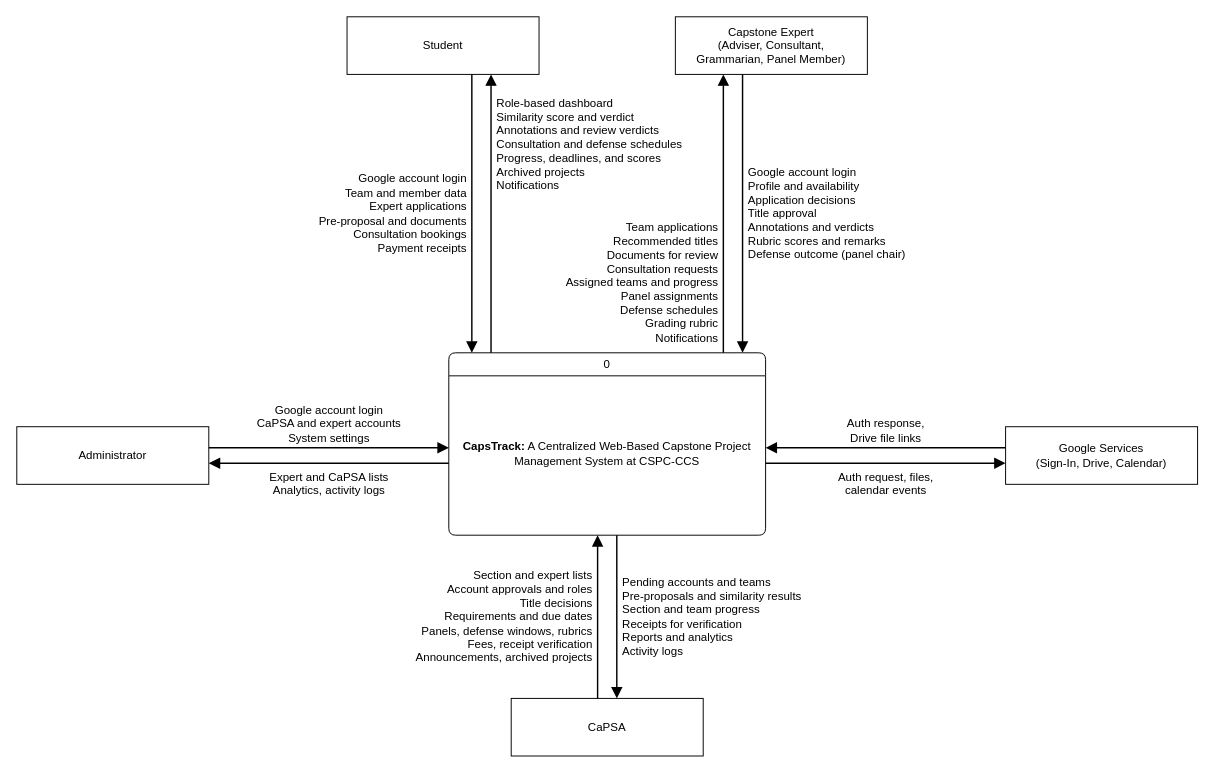
M21thony/capstrack keeps this draw.io diagram as page "Context Diagram" (1 of 16) of docs/diagrams/capstrack-diagrams-all.drawio. Above is the earlier version. Source tidied: cells renumbered, new cells numbered last; positions are measured from the earlier drawing's top-left corner, leaving out a move shared by most shapes. Both pictures are drawn from the tidied source at 96%, with x=0, y=0 at pixel (16, 16).
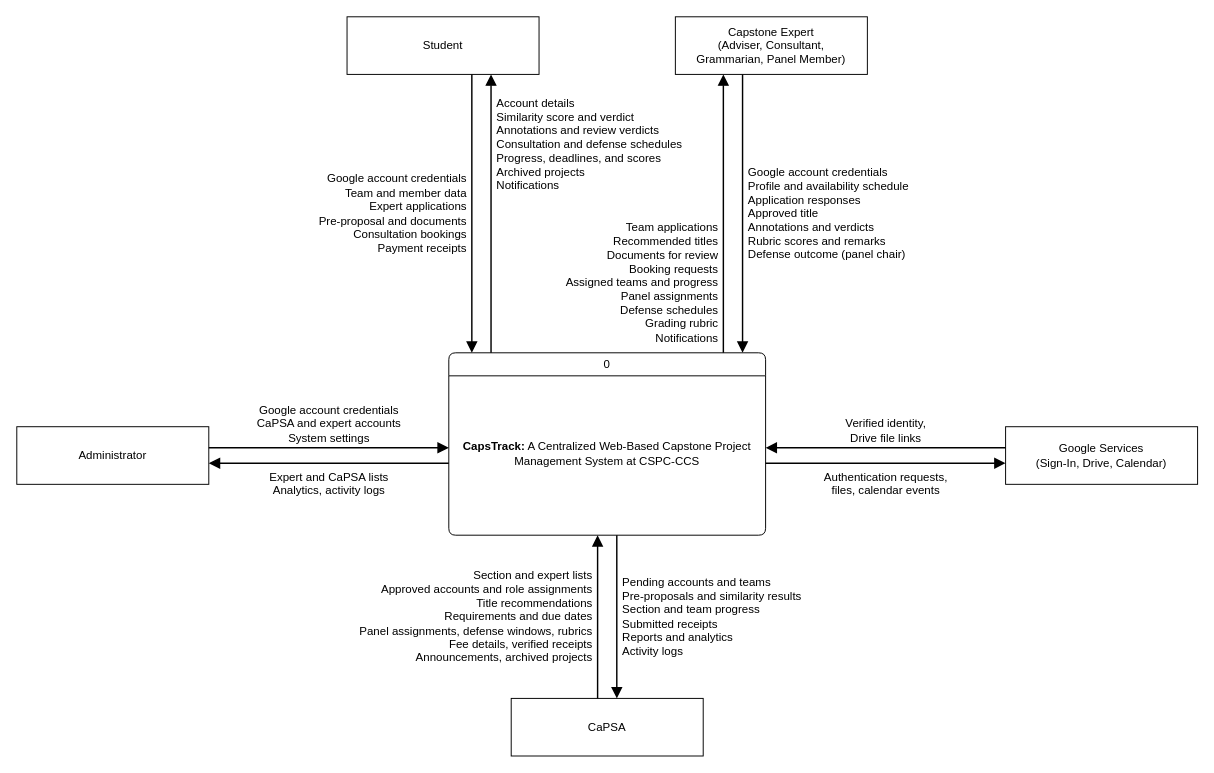
The same page after the edit.

The change refers to these unchanged cells:
```xml
<mxCell id="2" value="0" style="swimlane;shape=swimlane;rounded=1;arcSize=10;startSize=24;html=1;whiteSpace=wrap;fillColor=#ffffff;swimlaneFillColor=#ffffff;fontStyle=0;fontSize=12;strokeColor=#000000;fontFamily=Helvetica;fontColor=#000000;" parent="1" vertex="1">
  <mxGeometry x="450" y="350" width="330" height="190" as="geometry" />
</mxCell>
<mxCell id="4" value="Student" style="rounded=0;whiteSpace=wrap;html=1;fillColor=#ffffff;fontSize=12;strokeColor=#000000;fontFamily=Helvetica;fontColor=#000000;" parent="1" vertex="1">
  <mxGeometry x="344" width="200" height="60" as="geometry" />
</mxCell>
<mxCell id="7" value="Capstone Expert&lt;br&gt;(Adviser, Consultant,&lt;br&gt;Grammarian, Panel Member)" style="rounded=0;whiteSpace=wrap;html=1;fillColor=#ffffff;fontSize=12;strokeColor=#000000;fontFamily=Helvetica;fontColor=#000000;" parent="1" vertex="1">
  <mxGeometry x="686" width="200" height="60" as="geometry" />
</mxCell>
<mxCell id="10" value="CaPSA" style="rounded=0;whiteSpace=wrap;html=1;fillColor=#ffffff;fontSize=12;strokeColor=#000000;fontFamily=Helvetica;fontColor=#000000;" parent="1" vertex="1">
  <mxGeometry x="515" y="710" width="200" height="60" as="geometry" />
</mxCell>
<mxCell id="13" value="Google Services&lt;br&gt;(Sign-In, Drive, Calendar)" style="rounded=0;whiteSpace=wrap;html=1;fillColor=#ffffff;fontSize=12;strokeColor=#000000;fontFamily=Helvetica;fontColor=#000000;" parent="1" vertex="1">
  <mxGeometry x="1030" y="427" width="200" height="60" as="geometry" />
</mxCell>
<mxCell id="16" value="Administrator" style="rounded=0;whiteSpace=wrap;html=1;fillColor=#ffffff;fontSize=12;strokeColor=#000000;fontFamily=Helvetica;fontColor=#000000;" parent="1" vertex="1">
  <mxGeometry y="427" width="200" height="60" as="geometry" />
</mxCell>
```

What changed in the source:
```diff
@@
-    <mxCell id="5" value="Google account login&lt;br&gt;Team and member data&lt;br&gt;Expert applications&lt;br&gt;Pre-proposal and documents&lt;br&gt;Consultation bookings&lt;br&gt;Payment receipts" style="edgeStyle=orthogonalEdgeStyle;rounded=0;html=1;endArrow=block;endFill=1;endSize=8;strokeWidth=1.5;startArrow=none;strokeColor=#000000;fontFamily=Helvetica;fontColor=#000000;fontSize=12;labelBackgroundColor=#ffffff;align=right;exitX=0.65;exitY=1;exitDx=0;exitDy=0;entryX=0.0727273;entryY=0;entryDx=0;entryDy=0;" parent="1" edge="1" source="4" target="2">
+    <mxCell id="5" value="Google account credentials&lt;br&gt;Team and member data&lt;br&gt;Expert applications&lt;br&gt;Pre-proposal and documents&lt;br&gt;Consultation bookings&lt;br&gt;Payment receipts" style="edgeStyle=orthogonalEdgeStyle;rounded=0;html=1;endArrow=block;endFill=1;endSize=8;strokeWidth=1.5;startArrow=none;strokeColor=#000000;fontFamily=Helvetica;fontColor=#000000;fontSize=12;labelBackgroundColor=#ffffff;align=right;exitX=0.65;exitY=1;exitDx=0;exitDy=0;entryX=0.0727273;entryY=0;entryDx=0;entryDy=0;" parent="1" edge="1" source="4" target="2">
       <mxGeometry relative="1" as="geometry">
         <mxPoint x="-4" as="offset" />
       </mxGeometry>
     </mxCell>
-    <mxCell id="6" value="Role-based dashboard&lt;br&gt;Similarity score and verdict&lt;br&gt;Annotations and review verdicts&lt;br&gt;Consultation and defense schedules&lt;br&gt;Progress, deadlines, and scores&lt;br&gt;Archived projects&lt;br&gt;Notifications" style="edgeStyle=orthogonalEdgeStyle;rounded=0;html=1;endArrow=block;endFill=1;endSize=8;strokeWidth=1.5;startArrow=none;strokeColor=#000000;fontFamily=Helvetica;fontColor=#000000;fontSize=12;labelBackgroundColor=#ffffff;align=left;exitX=0.133333;exitY=0;exitDx=0;exitDy=0;entryX=0.75;entryY=1;entryDx=0;entryDy=0;" parent="1" edge="1" source="2" target="4">
+    <mxCell id="6" value="Account details&lt;br&gt;Similarity score and verdict&lt;br&gt;Annotations and review verdicts&lt;br&gt;Consultation and defense schedules&lt;br&gt;Progress, deadlines, and scores&lt;br&gt;Archived projects&lt;br&gt;Notifications" style="edgeStyle=orthogonalEdgeStyle;rounded=0;html=1;endArrow=block;endFill=1;endSize=8;strokeWidth=1.5;startArrow=none;strokeColor=#000000;fontFamily=Helvetica;fontColor=#000000;fontSize=12;labelBackgroundColor=#ffffff;align=left;exitX=0.133333;exitY=0;exitDx=0;exitDy=0;entryX=0.75;entryY=1;entryDx=0;entryDy=0;" parent="1" edge="1" source="2" target="4">
       <mxGeometry relative="1" as="geometry">
         <mxPoint x="4" y="-72" as="offset" />
       </mxGeometry>
     </mxCell>
@@
-    <mxCell id="8" value="Google account login&lt;br&gt;Profile and availability&lt;br&gt;Application decisions&lt;br&gt;Title approval&lt;br&gt;Annotations and verdicts&lt;br&gt;Rubric scores and remarks&lt;br&gt;Defense outcome (panel chair)" style="edgeStyle=orthogonalEdgeStyle;rounded=0;html=1;endArrow=block;endFill=1;endSize=8;strokeWidth=1.5;startArrow=none;strokeColor=#000000;fontFamily=Helvetica;fontColor=#000000;fontSize=12;labelBackgroundColor=#ffffff;align=left;exitX=0.35;exitY=1;exitDx=0;exitDy=0;entryX=0.927273;entryY=0;entryDx=0;entryDy=0;" parent="1" edge="1" source="7" target="2">
+    <mxCell id="8" value="Google account credentials&lt;br&gt;Profile and availability schedule&lt;br&gt;Application responses&lt;br&gt;Approved title&lt;br&gt;Annotations and verdicts&lt;br&gt;Rubric scores and remarks&lt;br&gt;Defense outcome (panel chair)" style="edgeStyle=orthogonalEdgeStyle;rounded=0;html=1;endArrow=block;endFill=1;endSize=8;strokeWidth=1.5;startArrow=none;strokeColor=#000000;fontFamily=Helvetica;fontColor=#000000;fontSize=12;labelBackgroundColor=#ffffff;align=left;exitX=0.35;exitY=1;exitDx=0;exitDy=0;entryX=0.927273;entryY=0;entryDx=0;entryDy=0;" parent="1" edge="1" source="7" target="2">
       <mxGeometry relative="1" as="geometry">
         <mxPoint x="4" as="offset" />
       </mxGeometry>
     </mxCell>
-    <mxCell id="9" value="Team applications&lt;br&gt;Recommended titles&lt;br&gt;Documents for review&lt;br&gt;Consultation requests&lt;br&gt;Assigned teams and progress&lt;br&gt;Panel assignments&lt;br&gt;Defense schedules&lt;br&gt;Grading rubric&lt;br&gt;Notifications" style="edgeStyle=orthogonalEdgeStyle;rounded=0;html=1;endArrow=block;endFill=1;endSize=8;strokeWidth=1.5;startArrow=none;strokeColor=#000000;fontFamily=Helvetica;fontColor=#000000;fontSize=12;labelBackgroundColor=#ffffff;align=right;exitX=0.866667;exitY=0;exitDx=0;exitDy=0;entryX=0.25;entryY=1;entryDx=0;entryDy=0;" parent="1" edge="1" source="2" target="7">
+    <mxCell id="9" value="Team applications&lt;br&gt;Recommended titles&lt;br&gt;Documents for review&lt;br&gt;Booking requests&lt;br&gt;Assigned teams and progress&lt;br&gt;Panel assignments&lt;br&gt;Defense schedules&lt;br&gt;Grading rubric&lt;br&gt;Notifications" style="edgeStyle=orthogonalEdgeStyle;rounded=0;html=1;endArrow=block;endFill=1;endSize=8;strokeWidth=1.5;startArrow=none;strokeColor=#000000;fontFamily=Helvetica;fontColor=#000000;fontSize=12;labelBackgroundColor=#ffffff;align=right;exitX=0.866667;exitY=0;exitDx=0;exitDy=0;entryX=0.25;entryY=1;entryDx=0;entryDy=0;" parent="1" edge="1" source="2" target="7">
       <mxGeometry relative="1" as="geometry">
         <mxPoint x="-4" y="72" as="offset" />
       </mxGeometry>
     </mxCell>
@@
-    <mxCell id="11" value="Section and expert lists&lt;br&gt;Account approvals and roles&lt;br&gt;Title decisions&lt;br&gt;Requirements and due dates&lt;br&gt;Panels, defense windows, rubrics&lt;br&gt;Fees, receipt verification&lt;br&gt;Announcements, archived projects" style="edgeStyle=orthogonalEdgeStyle;rounded=0;html=1;endArrow=block;endFill=1;endSize=8;strokeWidth=1.5;startArrow=none;strokeColor=#000000;fontFamily=Helvetica;fontColor=#000000;fontSize=12;labelBackgroundColor=#ffffff;align=right;exitX=0.45;exitY=0;exitDx=0;exitDy=0;entryX=0.469697;entryY=1;entryDx=0;entryDy=0;" parent="1" edge="1" source="10" target="2">
+    <mxCell id="11" value="Section and expert lists&lt;br&gt;Approved accounts and role assignments&lt;br&gt;Title recommendations&lt;br&gt;Requirements and due dates&lt;br&gt;Panel assignments, defense windows, rubrics&lt;br&gt;Fee details, verified receipts&lt;br&gt;Announcements, archived projects" style="edgeStyle=orthogonalEdgeStyle;rounded=0;html=1;endArrow=block;endFill=1;endSize=8;strokeWidth=1.5;startArrow=none;strokeColor=#000000;fontFamily=Helvetica;fontColor=#000000;fontSize=12;labelBackgroundColor=#ffffff;align=right;exitX=0.45;exitY=0;exitDx=0;exitDy=0;entryX=0.469697;entryY=1;entryDx=0;entryDy=0;" parent="1" edge="1" source="10" target="2">
       <mxGeometry relative="1" as="geometry">
         <mxPoint x="-4" as="offset" />
       </mxGeometry>
     </mxCell>
-    <mxCell id="12" value="Pending accounts and teams&lt;br&gt;Pre-proposals and similarity results&lt;br&gt;Section and team progress&lt;br&gt;Receipts for verification&lt;br&gt;Reports and analytics&lt;br&gt;Activity logs" style="edgeStyle=orthogonalEdgeStyle;rounded=0;html=1;endArrow=block;endFill=1;endSize=8;strokeWidth=1.5;startArrow=none;strokeColor=#000000;fontFamily=Helvetica;fontColor=#000000;fontSize=12;labelBackgroundColor=#ffffff;align=left;exitX=0.530303;exitY=1;exitDx=0;exitDy=0;entryX=0.55;entryY=0;entryDx=0;entryDy=0;" parent="1" edge="1" source="2" target="10">
+    <mxCell id="12" value="Pending accounts and teams&lt;br&gt;Pre-proposals and similarity results&lt;br&gt;Section and team progress&lt;br&gt;Submitted receipts&lt;br&gt;Reports and analytics&lt;br&gt;Activity logs" style="edgeStyle=orthogonalEdgeStyle;rounded=0;html=1;endArrow=block;endFill=1;endSize=8;strokeWidth=1.5;startArrow=none;strokeColor=#000000;fontFamily=Helvetica;fontColor=#000000;fontSize=12;labelBackgroundColor=#ffffff;align=left;exitX=0.530303;exitY=1;exitDx=0;exitDy=0;entryX=0.55;entryY=0;entryDx=0;entryDy=0;" parent="1" edge="1" source="2" target="10">
       <mxGeometry relative="1" as="geometry">
         <mxPoint x="4" as="offset" />
       </mxGeometry>
     </mxCell>
@@
-    <mxCell id="14" value="Auth response,&lt;br&gt;Drive file links" style="edgeStyle=orthogonalEdgeStyle;rounded=0;html=1;endArrow=block;endFill=1;endSize=8;strokeWidth=1.5;startArrow=none;strokeColor=#000000;fontFamily=Helvetica;fontColor=#000000;fontSize=12;labelBackgroundColor=#ffffff;verticalAlign=bottom;exitX=0;exitY=0.366667;exitDx=0;exitDy=0;entryX=1;entryY=0.521053;entryDx=0;entryDy=0;" parent="1" edge="1" source="13" target="2">
+    <mxCell id="14" value="Verified identity,&lt;br&gt;Drive file links" style="edgeStyle=orthogonalEdgeStyle;rounded=0;html=1;endArrow=block;endFill=1;endSize=8;strokeWidth=1.5;startArrow=none;strokeColor=#000000;fontFamily=Helvetica;fontColor=#000000;fontSize=12;labelBackgroundColor=#ffffff;verticalAlign=bottom;exitX=0;exitY=0.366667;exitDx=0;exitDy=0;entryX=1;entryY=0.521053;entryDx=0;entryDy=0;" parent="1" edge="1" source="13" target="2">
       <mxGeometry relative="1" as="geometry">
         <mxPoint y="-1" as="offset" />
       </mxGeometry>
     </mxCell>
-    <mxCell id="15" value="Auth request, files,&lt;br&gt;calendar events" style="edgeStyle=orthogonalEdgeStyle;rounded=0;html=1;endArrow=block;endFill=1;endSize=8;strokeWidth=1.5;startArrow=none;strokeColor=#000000;fontFamily=Helvetica;fontColor=#000000;fontSize=12;labelBackgroundColor=#ffffff;verticalAlign=top;exitX=1;exitY=0.605263;exitDx=0;exitDy=0;entryX=0;entryY=0.633333;entryDx=0;entryDy=0;" parent="1" edge="1" source="2" target="13">
+    <mxCell id="15" value="Authentication requests,&lt;br&gt;files, calendar events" style="edgeStyle=orthogonalEdgeStyle;rounded=0;html=1;endArrow=block;endFill=1;endSize=8;strokeWidth=1.5;startArrow=none;strokeColor=#000000;fontFamily=Helvetica;fontColor=#000000;fontSize=12;labelBackgroundColor=#ffffff;verticalAlign=top;exitX=1;exitY=0.605263;exitDx=0;exitDy=0;entryX=0;entryY=0.633333;entryDx=0;entryDy=0;" parent="1" edge="1" source="2" target="13">
       <mxGeometry relative="1" as="geometry">
         <mxPoint y="1" as="offset" />
       </mxGeometry>
     </mxCell>
@@
-    <mxCell id="17" value="Google account login&lt;br&gt;CaPSA and expert accounts&lt;br&gt;System settings" style="edgeStyle=orthogonalEdgeStyle;rounded=0;html=1;endArrow=block;endFill=1;endSize=8;strokeWidth=1.5;startArrow=none;strokeColor=#000000;fontFamily=Helvetica;fontColor=#000000;fontSize=12;labelBackgroundColor=#ffffff;verticalAlign=bottom;exitX=1;exitY=0.366667;exitDx=0;exitDy=0;entryX=0;entryY=0.521053;entryDx=0;entryDy=0;" parent="1" edge="1" source="16" target="2">
+    <mxCell id="17" value="Google account credentials&lt;br&gt;CaPSA and expert accounts&lt;br&gt;System settings" style="edgeStyle=orthogonalEdgeStyle;rounded=0;html=1;endArrow=block;endFill=1;endSize=8;strokeWidth=1.5;startArrow=none;strokeColor=#000000;fontFamily=Helvetica;fontColor=#000000;fontSize=12;labelBackgroundColor=#ffffff;verticalAlign=bottom;exitX=1;exitY=0.366667;exitDx=0;exitDy=0;entryX=0;entryY=0.521053;entryDx=0;entryDy=0;" parent="1" edge="1" source="16" target="2">
       <mxGeometry relative="1" as="geometry">
         <mxPoint y="-1" as="offset" />
       </mxGeometry>
     </mxCell>
```
